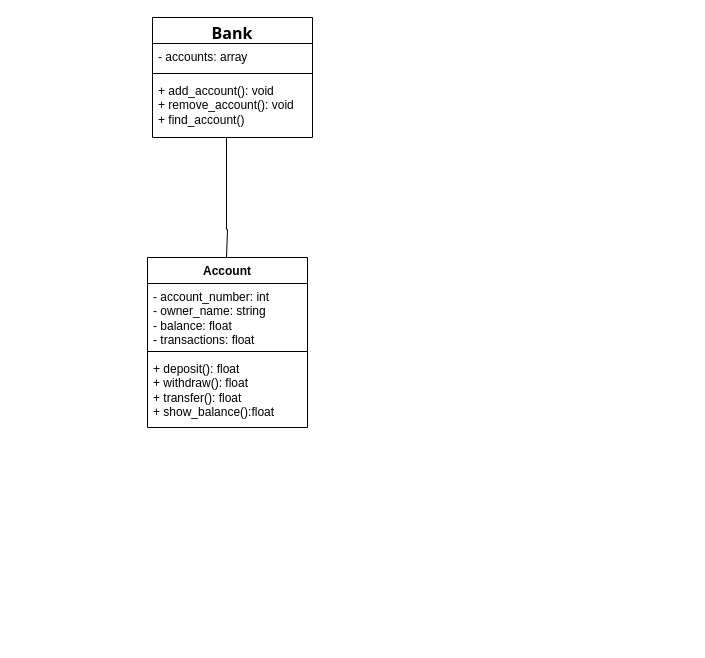
Earlier version of the draw.io diagram bank_system.drawio (YaqeenData/bank-system). Source tidied: cells renumbered, new cells numbered last; positions are measured from the earlier drawing's top-left corner, leaving out a move shared by most shapes. Both pictures are drawn from the tidied source at 100%, with x=0, y=0 at pixel (147, 17).
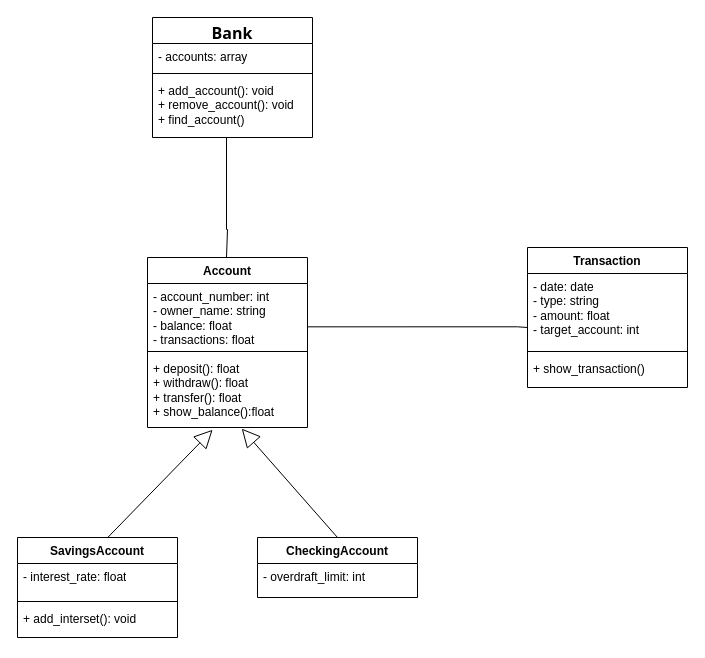
Above is the later version.

The change refers to these unchanged cells:
```xml
<mxCell id="8" value="- account_number: int&lt;div&gt;- owner_name: string&lt;/div&gt;&lt;div&gt;- balance: float&lt;/div&gt;&lt;div&gt;- transactions: float&lt;br&gt;&lt;div&gt;&lt;br&gt;&lt;/div&gt;&lt;/div&gt;" style="text;strokeColor=none;fillColor=none;align=left;verticalAlign=top;spacingLeft=4;spacingRight=4;overflow=hidden;points=[[0,0.5],[1,0.5]];portConstraint=eastwest;whiteSpace=wrap;html=1;" parent="7" vertex="1">
  <mxGeometry y="26" width="160" height="64" as="geometry" />
</mxCell>
<mxCell id="10" value="+ deposit(): float&lt;div&gt;+ withdraw(): float&lt;/div&gt;&lt;div&gt;+ transfer(): float&lt;/div&gt;&lt;div&gt;+ show_balance():float&lt;br&gt;&lt;div&gt;&lt;br&gt;&lt;/div&gt;&lt;/div&gt;" style="text;strokeColor=none;fillColor=none;align=left;verticalAlign=top;spacingLeft=4;spacingRight=4;overflow=hidden;points=[[0,0.5],[1,0.5]];portConstraint=eastwest;whiteSpace=wrap;html=1;" parent="7" vertex="1">
  <mxGeometry y="98" width="160" height="72" as="geometry" />
</mxCell>
```

Diff of the diagram source:
```diff
@@
+    <mxCell id="11" style="endArrow=block;endSize=16;endFill=0;html=1;rounded=0;entryX=0.407;entryY=1.032;entryDx=0;entryDy=0;entryPerimeter=0;exitX=0.559;exitY=0.008;exitDx=0;exitDy=0;exitPerimeter=0;" parent="1" edge="1" source="13" target="10">
+      <mxGeometry relative="1" as="geometry" />
+    </mxCell>
+    <mxCell id="12" style="endArrow=block;endSize=16;endFill=0;html=1;rounded=0;entryX=0.589;entryY=1.016;entryDx=0;entryDy=0;entryPerimeter=0;exitX=0.5;exitY=0;exitDx=0;exitDy=0;" parent="1" edge="1" source="17" target="10">
+      <mxGeometry relative="1" as="geometry" />
+    </mxCell>
+    <mxCell id="13" value="SavingsAccount" style="swimlane;fontStyle=1;align=center;verticalAlign=top;horizontal=1;startSize=26;whiteSpace=wrap;html=1;" parent="1" vertex="1">
+      <mxGeometry x="-130" y="520" width="160" height="100" as="geometry" />
+    </mxCell>
+    <mxCell id="14" value="- interest_rate: float" style="text;strokeColor=none;fillColor=none;align=left;verticalAlign=top;spacingLeft=4;spacingRight=4;overflow=hidden;whiteSpace=wrap;html=1;" parent="13" vertex="1">
+      <mxGeometry y="26" width="160" height="34" as="geometry" />
+    </mxCell>
+    <mxCell id="15" style="line;strokeWidth=1;fillColor=none;align=left;verticalAlign=middle;spacingTop=-1;spacingLeft=3;spacingRight=3;labelPosition=right;strokeColor=inherit;" parent="13" vertex="1">
+      <mxGeometry y="60" width="160" height="8" as="geometry" />
+    </mxCell>
+    <mxCell id="16" value="&lt;div&gt;&lt;div&gt;+ add_interset(): void&lt;/div&gt;&lt;/div&gt;" style="text;strokeColor=none;fillColor=none;align=left;verticalAlign=top;spacingLeft=4;spacingRight=4;overflow=hidden;whiteSpace=wrap;html=1;" parent="13" vertex="1">
+      <mxGeometry y="68" width="160" height="32" as="geometry" />
+    </mxCell>
+    <mxCell id="17" value="CheckingAccount" style="swimlane;fontStyle=1;align=center;verticalAlign=top;horizontal=1;startSize=26;whiteSpace=wrap;html=1;" parent="1" vertex="1">
+      <mxGeometry x="110" y="520" width="160" height="60" as="geometry" />
+    </mxCell>
+    <mxCell id="18" value="&lt;div&gt;&lt;div&gt;- overdraft_limit: int&lt;/div&gt;&lt;/div&gt;" style="text;strokeColor=none;fillColor=none;align=left;verticalAlign=top;spacingLeft=4;spacingRight=4;overflow=hidden;whiteSpace=wrap;html=1;" parent="17" vertex="1">
+      <mxGeometry y="26" width="160" height="34" as="geometry" />
+    </mxCell>
+    <mxCell id="19" style="endArrow=none;html=1;edgeStyle=orthogonalEdgeStyle;rounded=0;exitX=0.996;exitY=0.677;exitDx=0;exitDy=0;exitPerimeter=0;" parent="1" edge="1" source="8">
+      <mxGeometry relative="1" as="geometry">
+        <mxPoint x="380" y="310" as="targetPoint" />
+        <Array as="points">
+          <mxPoint x="370" y="309" />
+        </Array>
+      </mxGeometry>
+    </mxCell>
+    <mxCell id="20" value="Transaction" style="swimlane;fontStyle=1;align=center;verticalAlign=top;horizontal=1;startSize=26;whiteSpace=wrap;html=1;" parent="1" vertex="1">
+      <mxGeometry x="380" y="230" width="160" height="140" as="geometry" />
+    </mxCell>
+    <mxCell id="21" value="&lt;div&gt;&lt;div&gt;- date: date&lt;/div&gt;&lt;/div&gt;&lt;div&gt;- type: string&lt;/div&gt;&lt;div&gt;- amount: float&lt;/div&gt;&lt;div&gt;- target_account: int&lt;/div&gt;" style="text;strokeColor=none;fillColor=none;align=left;verticalAlign=top;spacingLeft=4;spacingRight=4;overflow=hidden;whiteSpace=wrap;html=1;" parent="20" vertex="1">
+      <mxGeometry y="26" width="160" height="74" as="geometry" />
+    </mxCell>
+    <mxCell id="22" style="line;strokeWidth=1;fillColor=none;align=left;verticalAlign=middle;spacingTop=-1;spacingLeft=3;spacingRight=3;labelPosition=right;strokeColor=inherit;" parent="20" vertex="1">
+      <mxGeometry y="100" width="160" height="8" as="geometry" />
+    </mxCell>
+    <mxCell id="23" value="+ show_transaction()" style="text;strokeColor=none;fillColor=none;align=left;verticalAlign=top;spacingLeft=4;spacingRight=4;overflow=hidden;whiteSpace=wrap;html=1;" parent="20" vertex="1">
+      <mxGeometry y="108" width="160" height="32" as="geometry" />
+    </mxCell>
```
